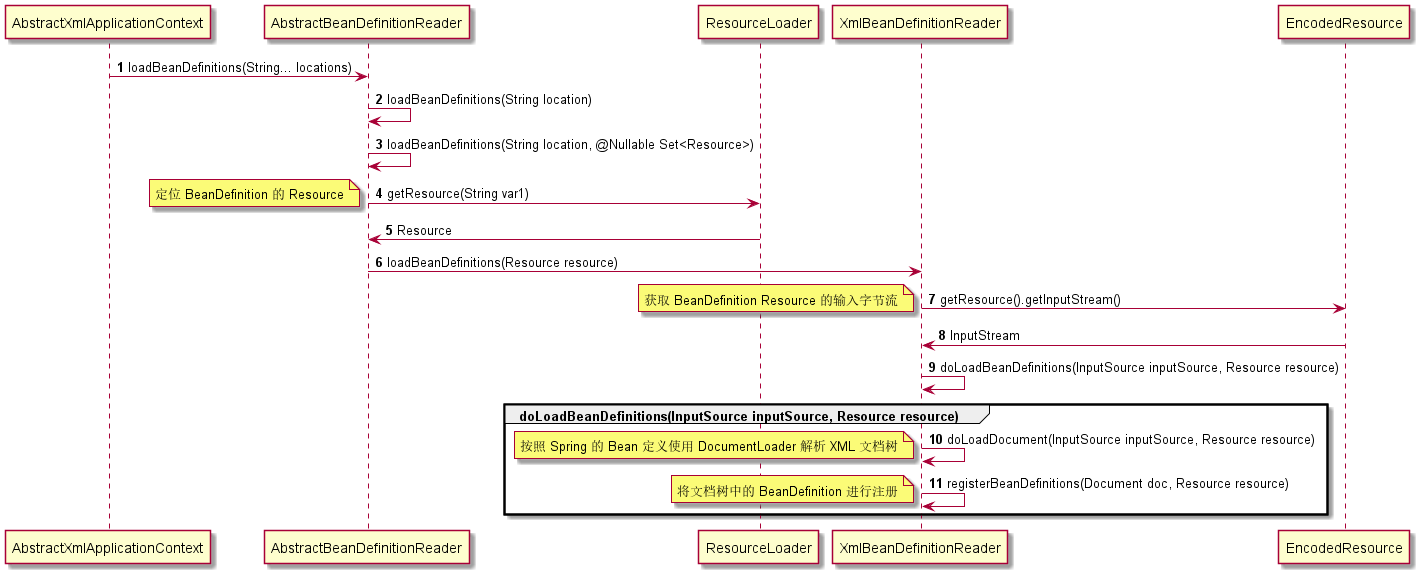
Earlier version of the PlantUML export images/spring-loadBeanDefinition.png (HoffmanZheng/HoffmanZheng.github.io). Its diagram source:
```plantuml
@startuml

autonumber

AbstractXmlApplicationContext -> AbstractBeanDefinitionReader: loadBeanDefinitions(String... locations)
AbstractBeanDefinitionReader -> AbstractBeanDefinitionReader: loadBeanDefinitions(String location)
AbstractBeanDefinitionReader -> AbstractBeanDefinitionReader: loadBeanDefinitions(String location, @Nullable Set<Resource>)
AbstractBeanDefinitionReader -> ResourceLoader: getResource(String var1)
note left: 定位 BeanDefinition 的 Resource
ResourceLoader -> AbstractBeanDefinitionReader: Resource
AbstractBeanDefinitionReader -> XmlBeanDefinitionReader: loadBeanDefinitions(Resource resource)
XmlBeanDefinitionReader -> EncodedResource: getResource().getInputStream()
note left: 获取 BeanDefinition Resource 的输入字节流
EncodedResource -> XmlBeanDefinitionReader: InputStream
XmlBeanDefinitionReader -> XmlBeanDefinitionReader: doLoadBeanDefinitions(InputSource inputSource, Resource resource)
group doLoadBeanDefinitions(InputSource inputSource, Resource resource)
XmlBeanDefinitionReader -> XmlBeanDefinitionReader: doLoadDocument(InputSource inputSource, Resource resource)
note left: 按照 Spring 的 Bean 定义使用 DocumentLoader 解析 XML 文档树
XmlBeanDefinitionReader -> XmlBeanDefinitionReader: registerBeanDefinitions(Document doc, Resource resource)
note left: 将文档树中的 BeanDefinition 进行注册
end

@enduml
```
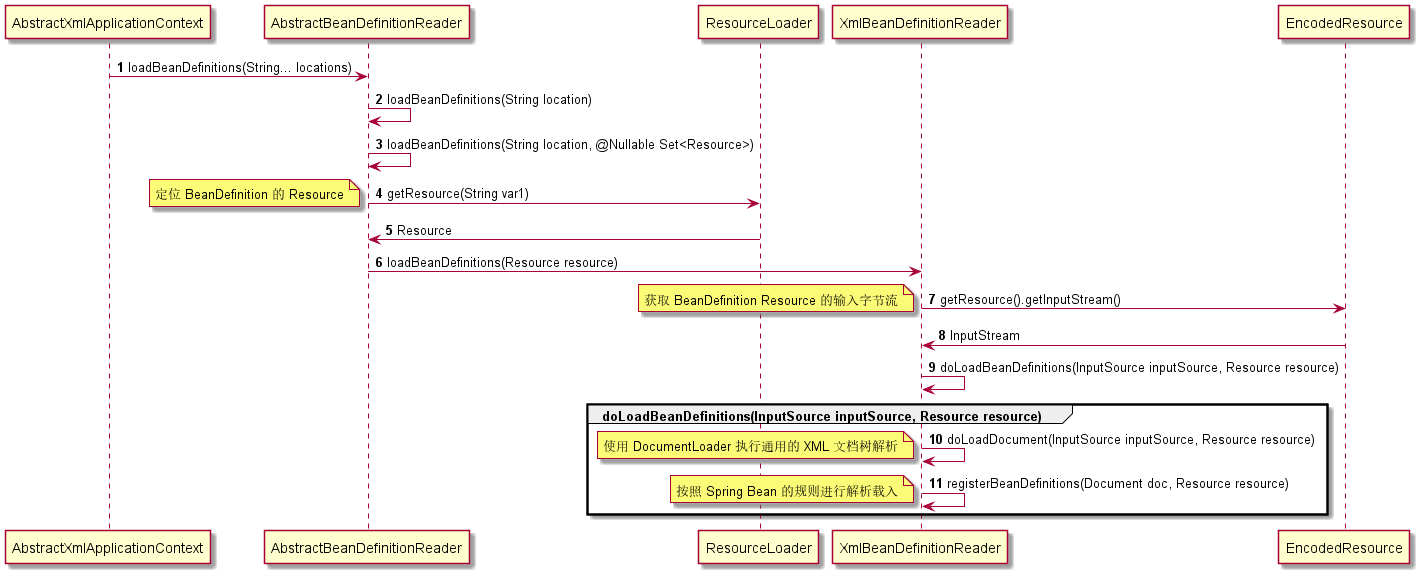
The same diagram one commit later.

What changed in the source:
```diff
@@ -15,9 +15,9 @@
 XmlBeanDefinitionReader -> XmlBeanDefinitionReader: doLoadBeanDefinitions(InputSource inputSource, Resource resource)
 group doLoadBeanDefinitions(InputSource inputSource, Resource resource)
 XmlBeanDefinitionReader -> XmlBeanDefinitionReader: doLoadDocument(InputSource inputSource, Resource resource)
-note left: 按照 Spring 的 Bean 定义使用 DocumentLoader 解析 XML 文档树
+note left: 使用 DocumentLoader 执行通用的 XML 文档树解析
 XmlBeanDefinitionReader -> XmlBeanDefinitionReader: registerBeanDefinitions(Document doc, Resource resource)
-note left: 将文档树中的 BeanDefinition 进行注册
+note left: 按照 Spring Bean 的规则进行解析载入
 end
 
 @enduml
```
